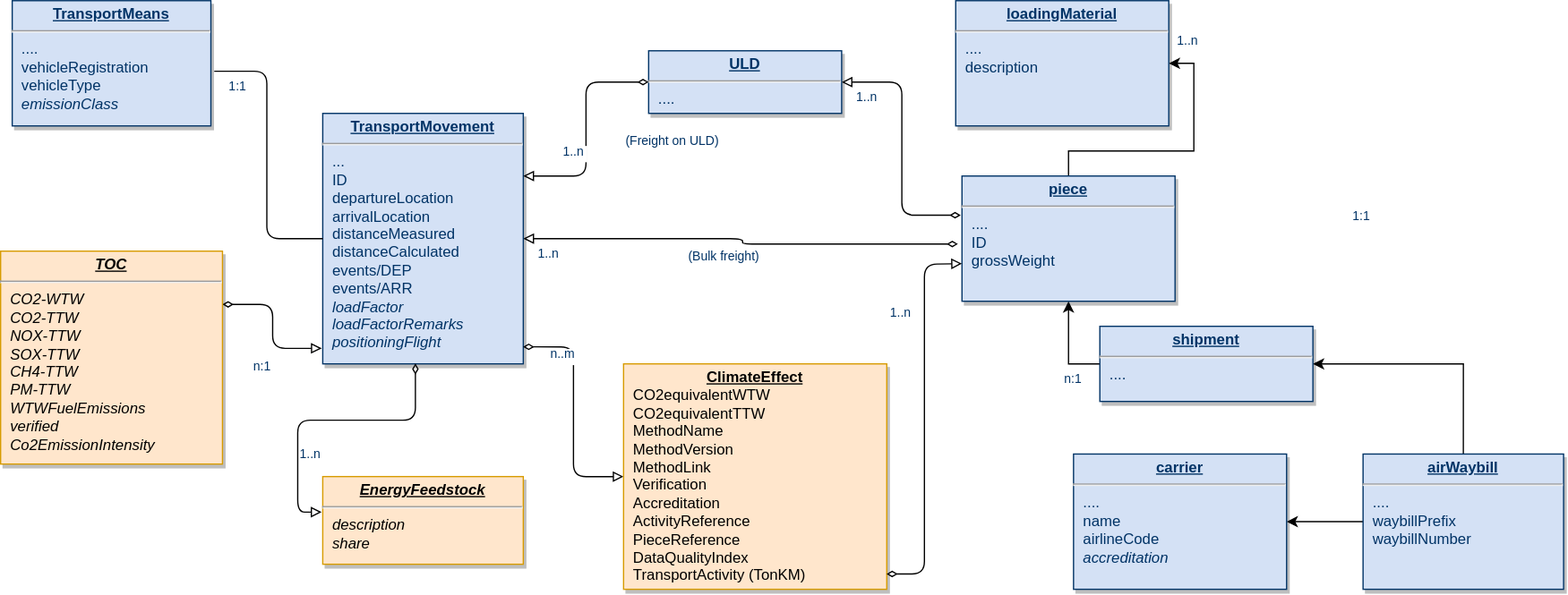
Earlier version of the draw.io export datamodel.svg (DrPhilippBillion/Co2-Transparency-in-ONE-Record_for_2023_Hackathon). Source tidied: cells renumbered, new cells last; positions are measured from the earlier drawing's top-left corner, leaving out a move shared by most shapes.
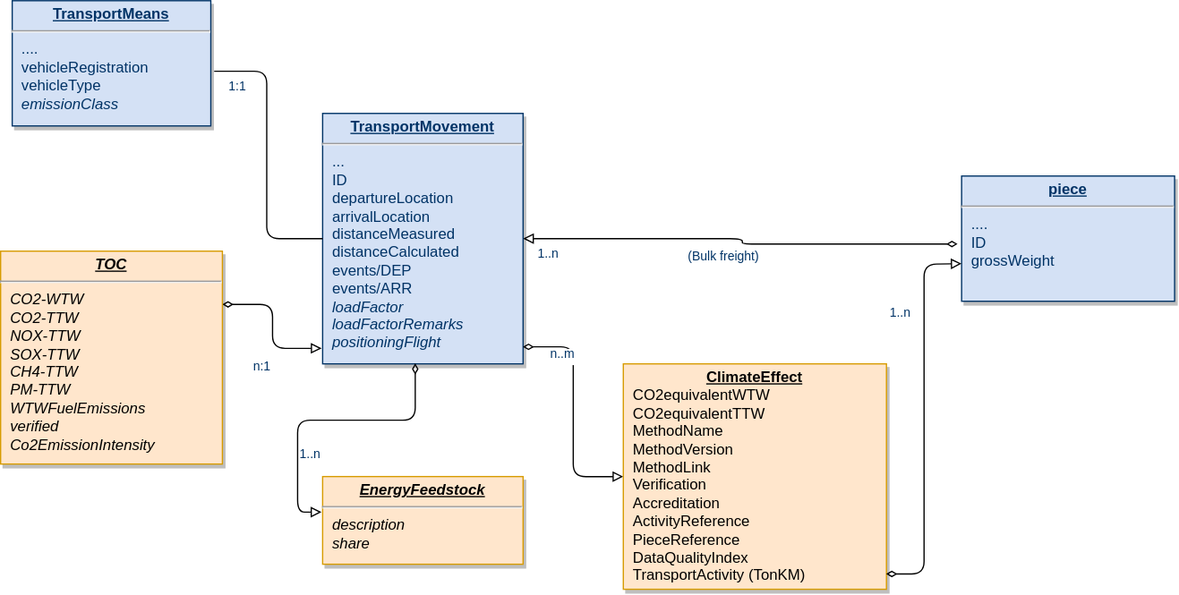
Above is the later version.

The edit, as a diff of the source:
```diff
@@ -2,12 +2,6 @@
   <root>
     <mxCell id="0" />
     <mxCell id="1" parent="0" />
-    <mxCell id="2" style="edgeStyle=orthogonalEdgeStyle;rounded=0;jettySize=auto;html=1;exitX=0;exitY=0.5;exitDx=0;exitDy=0;" parent="1" edge="1" source="29" target="4">
-      <mxGeometry relative="1" as="geometry" />
-    </mxCell>
-    <mxCell id="3" style="edgeStyle=orthogonalEdgeStyle;rounded=0;jettySize=auto;html=1;entryX=1;entryY=0.5;entryDx=0;entryDy=0;" parent="1" edge="1" source="4" target="32">
-      <mxGeometry relative="1" as="geometry" />
-    </mxCell>
     <mxCell id="4" value="&lt;p style=&quot;margin: 0px ; margin-top: 4px ; text-align: center ; text-decoration: underline&quot;&gt;&lt;strong&gt;piece&lt;/strong&gt;&lt;/p&gt;&lt;hr&gt;&lt;p style=&quot;margin: 0px ; margin-left: 8px&quot;&gt;....&lt;/p&gt;&lt;p style=&quot;margin: 0px ; margin-left: 8px&quot;&gt;ID&lt;/p&gt;&lt;p style=&quot;margin: 0px ; margin-left: 8px&quot;&gt;grossWeight&lt;/p&gt;&lt;p style=&quot;margin: 0px ; margin-left: 8px&quot;&gt;&lt;br&gt;&lt;/p&gt;" style="verticalAlign=top;align=left;overflow=fill;fontSize=12;fontFamily=Helvetica;html=1;strokeColor=#003366;shadow=1;fillColor=#D4E1F5;fontColor=#003366;" parent="1" vertex="1">
       <mxGeometry x="767" y="140" width="170" height="100" as="geometry" />
     </mxCell>
@@ -61,58 +55,9 @@
         <mxPoint x="-59" y="27" as="offset" />
       </mxGeometry>
     </mxCell>
-    <mxCell id="19" value="&lt;p style=&quot;margin: 0px ; margin-top: 4px ; text-align: center ; text-decoration: underline&quot;&gt;&lt;strong&gt;ULD&lt;/strong&gt;&lt;/p&gt;&lt;hr&gt;&lt;p style=&quot;margin: 0px ; margin-left: 8px&quot;&gt;....&lt;/p&gt;&lt;p style=&quot;margin: 0px ; margin-left: 8px&quot;&gt;&lt;br&gt;&lt;/p&gt;&lt;p style=&quot;margin: 0px ; margin-left: 8px&quot;&gt;&lt;br&gt;&lt;/p&gt;" style="verticalAlign=top;align=left;overflow=fill;fontSize=12;fontFamily=Helvetica;html=1;strokeColor=#003366;shadow=1;fillColor=#D4E1F5;fontColor=#003366;" parent="1" vertex="1">
-      <mxGeometry x="517" y="40" width="154" height="50" as="geometry" />
-    </mxCell>
-    <mxCell id="20" style="endArrow=diamondThin;endSize=6;startArrow=block;startSize=6;startFill=0;edgeStyle=orthogonalEdgeStyle;exitX=1;exitY=0.25;exitDx=0;exitDy=0;endFill=0;" parent="1" edge="1" source="7" target="19">
-      <mxGeometry x="903" y="370" as="geometry" />
-    </mxCell>
-    <mxCell id="21" value="1..n" style="align=left;verticalAlign=top;labelBackgroundColor=#ffffff;fontSize=10;strokeColor=#003366;shadow=1;fillColor=#D4E1F5;fontColor=#003366;" parent="20" vertex="1">
-      <mxGeometry x="-1" relative="1" as="geometry">
-        <mxPoint x="30" y="-32" as="offset" />
-      </mxGeometry>
-    </mxCell>
-    <mxCell id="22" style="endArrow=diamondThin;endSize=6;startArrow=block;startSize=6;startFill=0;edgeStyle=orthogonalEdgeStyle;endFill=0;entryX=-0.006;entryY=0.313;entryDx=0;entryDy=0;entryPerimeter=0;" parent="1" edge="1" source="19" target="4">
-      <mxGeometry x="913" y="380" as="geometry" />
-    </mxCell>
-    <mxCell id="23" value="1..n" style="align=left;verticalAlign=top;labelBackgroundColor=#ffffff;fontSize=10;strokeColor=#003366;shadow=1;fillColor=#D4E1F5;fontColor=#003366;" parent="22" vertex="1">
-      <mxGeometry x="-1" relative="1" as="geometry">
-        <mxPoint x="10" as="offset" />
-      </mxGeometry>
-    </mxCell>
     <mxCell id="24" value="(Bulk freight)" style="align=left;verticalAlign=top;labelBackgroundColor=#ffffff;fontSize=10;strokeColor=#003366;shadow=1;fillColor=#D4E1F5;fontColor=#003366;" parent="1" vertex="1">
       <mxGeometry x="547" y="192" as="geometry" />
     </mxCell>
-    <mxCell id="25" value="(Freight on ULD)" style="align=left;verticalAlign=top;labelBackgroundColor=#ffffff;fontSize=10;strokeColor=#003366;shadow=1;fillColor=#D4E1F5;fontColor=#003366;" parent="1" vertex="1">
-      <mxGeometry x="497" y="100" as="geometry" />
-    </mxCell>
-    <mxCell id="26" style="edgeStyle=orthogonalEdgeStyle;rounded=0;jettySize=auto;html=1;entryX=1;entryY=0.5;entryDx=0;entryDy=0;exitX=0.5;exitY=0;exitDx=0;exitDy=0;" parent="1" edge="1" source="28" target="29">
-      <mxGeometry relative="1" as="geometry" />
-    </mxCell>
-    <mxCell id="27" style="edgeStyle=orthogonalEdgeStyle;rounded=0;jettySize=auto;html=1;entryX=1;entryY=0.5;entryDx=0;entryDy=0;" parent="1" edge="1" source="28" target="34">
-      <mxGeometry relative="1" as="geometry" />
-    </mxCell>
-    <mxCell id="28" value="&lt;p style=&quot;margin: 0px ; margin-top: 4px ; text-align: center ; text-decoration: underline&quot;&gt;&lt;b&gt;airWaybill&lt;/b&gt;&lt;/p&gt;&lt;hr&gt;&lt;p style=&quot;margin: 0px ; margin-left: 8px&quot;&gt;....&lt;/p&gt;&lt;p style=&quot;margin: 0px ; margin-left: 8px&quot;&gt;waybillPrefix&lt;/p&gt;&lt;p style=&quot;margin: 0px ; margin-left: 8px&quot;&gt;waybillNumber&lt;/p&gt;&lt;p style=&quot;border-color: var(--border-color); margin: 0px 0px 0px 8px;&quot;&gt;&lt;br&gt;&lt;/p&gt;" style="verticalAlign=top;align=left;overflow=fill;fontSize=12;fontFamily=Helvetica;html=1;strokeColor=#003366;shadow=1;fillColor=#D4E1F5;fontColor=#003366;" parent="1" vertex="1">
-      <mxGeometry x="1087" y="362" width="160" height="108" as="geometry" />
-    </mxCell>
-    <mxCell id="29" value="&lt;p style=&quot;margin: 0px ; margin-top: 4px ; text-align: center ; text-decoration: underline&quot;&gt;&lt;b&gt;shipment&lt;/b&gt;&lt;/p&gt;&lt;hr&gt;&lt;p style=&quot;margin: 0px ; margin-left: 8px&quot;&gt;....&lt;/p&gt;&lt;p style=&quot;margin: 0px ; margin-left: 8px&quot;&gt;&lt;br&gt;&lt;/p&gt;" style="verticalAlign=top;align=left;overflow=fill;fontSize=12;fontFamily=Helvetica;html=1;strokeColor=#003366;shadow=1;fillColor=#D4E1F5;fontColor=#003366;" parent="1" vertex="1">
-      <mxGeometry x="877" y="260" width="170" height="60" as="geometry" />
-    </mxCell>
-    <mxCell id="30" value="1:1" style="align=left;verticalAlign=top;labelBackgroundColor=#ffffff;fontSize=10;strokeColor=#003366;shadow=1;fillColor=#D4E1F5;fontColor=#003366;" parent="1" vertex="1">
-      <mxGeometry x="1077" y="160" as="geometry" />
-    </mxCell>
-    <mxCell id="31" value="n:1" style="align=left;verticalAlign=top;labelBackgroundColor=#ffffff;fontSize=10;strokeColor=#003366;shadow=1;fillColor=#D4E1F5;fontColor=#003366;" parent="1" vertex="1">
-      <mxGeometry x="847" y="290" as="geometry" />
-    </mxCell>
-    <mxCell id="32" value="&lt;p style=&quot;margin: 0px ; margin-top: 4px ; text-align: center ; text-decoration: underline&quot;&gt;&lt;strong&gt;loadingMaterial&lt;/strong&gt;&lt;/p&gt;&lt;hr&gt;&lt;p style=&quot;margin: 0px ; margin-left: 8px&quot;&gt;....&lt;/p&gt;&lt;p style=&quot;margin: 0px ; margin-left: 8px&quot;&gt;description&lt;/p&gt;" style="verticalAlign=top;align=left;overflow=fill;fontSize=12;fontFamily=Helvetica;html=1;strokeColor=#003366;shadow=1;fillColor=#D4E1F5;fontColor=#003366;" parent="1" vertex="1">
-      <mxGeometry x="762" width="170" height="100" as="geometry" />
-    </mxCell>
-    <mxCell id="33" value="1..n" style="align=left;verticalAlign=top;labelBackgroundColor=#ffffff;fontSize=10;strokeColor=#003366;shadow=1;fillColor=#D4E1F5;fontColor=#003366;" parent="1" vertex="1">
-      <mxGeometry x="937" y="20" as="geometry" />
-    </mxCell>
-    <mxCell id="34" value="&lt;p style=&quot;margin: 0px ; margin-top: 4px ; text-align: center ; text-decoration: underline&quot;&gt;&lt;b&gt;carrier&lt;/b&gt;&lt;/p&gt;&lt;hr&gt;&lt;p style=&quot;margin: 0px ; margin-left: 8px&quot;&gt;....&lt;/p&gt;&lt;p style=&quot;margin: 0px ; margin-left: 8px&quot;&gt;name&lt;/p&gt;&lt;p style=&quot;margin: 0px ; margin-left: 8px&quot;&gt;airlineCode&lt;/p&gt;&lt;p style=&quot;margin: 0px ; margin-left: 8px&quot;&gt;&lt;i&gt;accreditation&lt;/i&gt;&lt;/p&gt;" style="verticalAlign=top;align=left;overflow=fill;fontSize=12;fontFamily=Helvetica;html=1;strokeColor=#003366;shadow=1;fillColor=#D4E1F5;fontColor=#003366;" parent="1" vertex="1">
-      <mxGeometry x="856" y="362" width="170" height="108" as="geometry" />
-    </mxCell>
     <mxCell id="35" value="&lt;p style=&quot;margin: 4px 0px 0px; text-decoration: underline; text-align: center;&quot;&gt;&lt;b&gt;&lt;i&gt;EnergyFeedstock&lt;/i&gt;&lt;/b&gt;&lt;/p&gt;&lt;hr&gt;&lt;p style=&quot;margin: 0px ; margin-left: 8px&quot;&gt;&lt;i style=&quot;background-color: initial;&quot;&gt;description&lt;/i&gt;&lt;br&gt;&lt;/p&gt;&lt;p style=&quot;margin: 0px ; margin-left: 8px&quot;&gt;&lt;i&gt;share&lt;/i&gt;&lt;/p&gt;" style="verticalAlign=top;align=left;overflow=fill;fontSize=12;fontFamily=Helvetica;html=1;strokeColor=#d79b00;shadow=1;fillColor=#ffe6cc;" parent="1" vertex="1">
       <mxGeometry x="257" y="380" width="160" height="70" as="geometry" />
     </mxCell>
```
